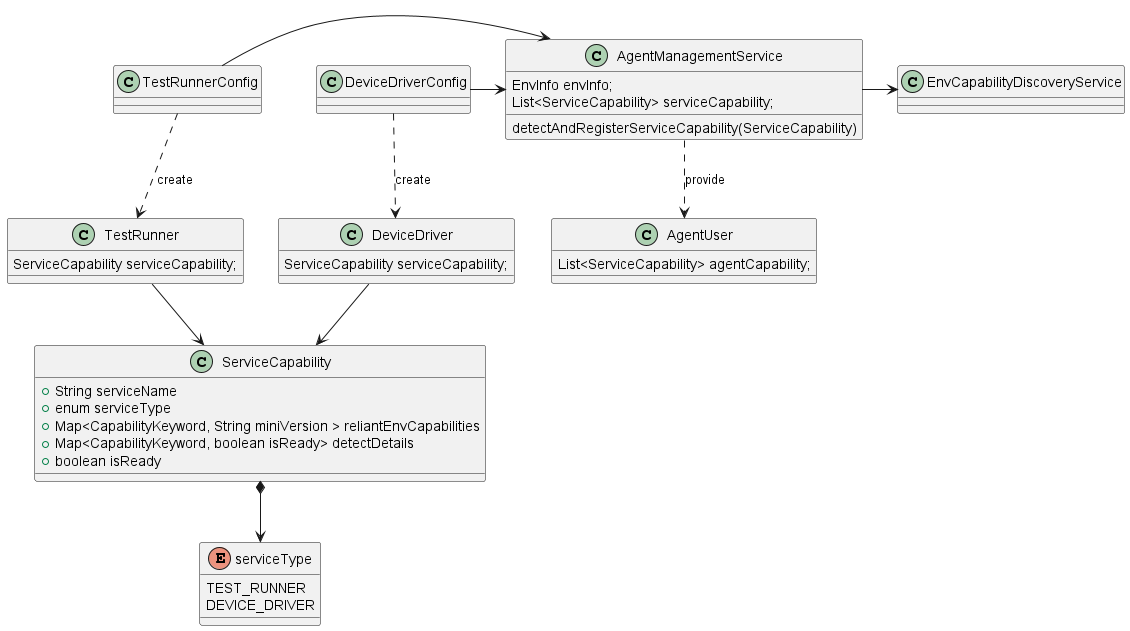
The PlantUML diagram docs/images/UML/agent_capability_design.png in microsoft/HydraLab, before a commit. Its diagram source:
```plantuml
@startuml agent_capability_design

class AgentManagementService {
    EnvInfo envInfo;
    List<ServiceCapability> serviceCapability;
    detectAndRegisterServiceCapability(ServiceCapability)
}
AgentManagementService -r-> EnvCapabilityDiscoveryService
class TestRunnerConfig
class TestRunner{
    ServiceCapability serviceCapability;
}
class DeviceDriverConfig
class DeviceDriver{
    ServiceCapability serviceCapability;
}
TestRunnerConfig ..> TestRunner : create
TestRunnerConfig -r-> AgentManagementService
DeviceDriverConfig ..> DeviceDriver : create
DeviceDriverConfig -r-> AgentManagementService
TestRunner --> ServiceCapability
DeviceDriver --> ServiceCapability

class ServiceCapability{
    +String serviceName
    +enum serviceType
    +Map<CapabilityKeyword, String miniVersion > reliantEnvCapabilities
    +Map<CapabilityKeyword, boolean isReady> detectDetails
    +boolean isReady
}
ServiceCapability *--> serviceType
enum serviceType{
    TEST_RUNNER
    DEVICE_DRIVER
}
class AgentUser{
    List<ServiceCapability> agentCapability;
}
AgentManagementService ..> AgentUser : provide
@enduml
```
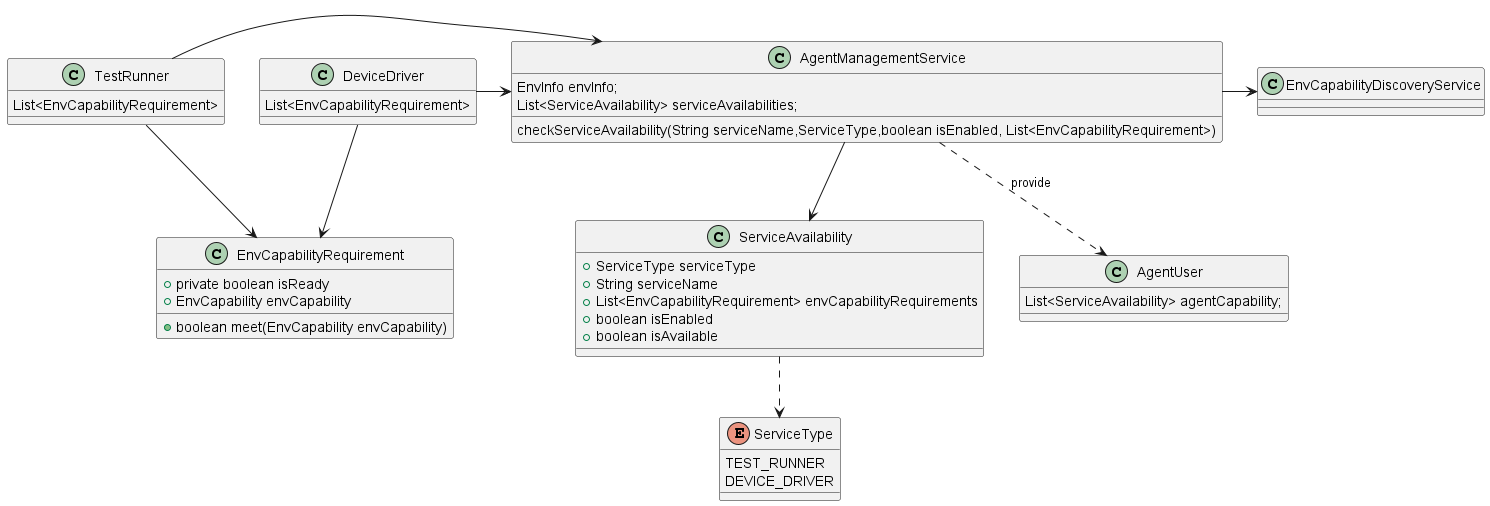
The same diagram one commit later.

Commit message:
update uml design

What changed in the source:
```diff
@@ -2,39 +2,42 @@
 
 class AgentManagementService {
     EnvInfo envInfo;
-    List<ServiceCapability> serviceCapability;
-    detectAndRegisterServiceCapability(ServiceCapability)
+    List<ServiceAvailability> serviceAvailabilities;
+    checkServiceAvailability(String serviceName,ServiceType,boolean isEnabled, List<EnvCapabilityRequirement>)
 }
 AgentManagementService -r-> EnvCapabilityDiscoveryService
-class TestRunnerConfig
 class TestRunner{
-    ServiceCapability serviceCapability;
+    List<EnvCapabilityRequirement>
 }
-class DeviceDriverConfig
 class DeviceDriver{
-    ServiceCapability serviceCapability;
+    List<EnvCapabilityRequirement>
 }
-TestRunnerConfig ..> TestRunner : create
-TestRunnerConfig -r-> AgentManagementService
-DeviceDriverConfig ..> DeviceDriver : create
-DeviceDriverConfig -r-> AgentManagementService
-TestRunner --> ServiceCapability
-DeviceDriver --> ServiceCapability
 
-class ServiceCapability{
-    +String serviceName
-    +enum serviceType
-    +Map<CapabilityKeyword, String miniVersion > reliantEnvCapabilities
-    +Map<CapabilityKeyword, boolean isReady> detectDetails
-    +boolean isReady
+TestRunner -r-> AgentManagementService
+DeviceDriver -r-> AgentManagementService
+TestRunner --> EnvCapabilityRequirement
+DeviceDriver --> EnvCapabilityRequirement
+
+class EnvCapabilityRequirement{
+    +private boolean isReady
+    +EnvCapability envCapability
+    +boolean meet(EnvCapability envCapability)
 }
-ServiceCapability *--> serviceType
-enum serviceType{
+enum ServiceType{
     TEST_RUNNER
     DEVICE_DRIVER
 }
+class ServiceAvailability{
+    +ServiceType serviceType
+    +String serviceName
+    +List<EnvCapabilityRequirement> envCapabilityRequirements
+    +boolean isEnabled
+    +boolean isAvailable
+}
+AgentManagementService -->ServiceAvailability
+ServiceAvailability ..> ServiceType
 class AgentUser{
-    List<ServiceCapability> agentCapability;
+    List<ServiceAvailability> agentCapability;
 }
 AgentManagementService ..> AgentUser : provide
 @enduml
```
